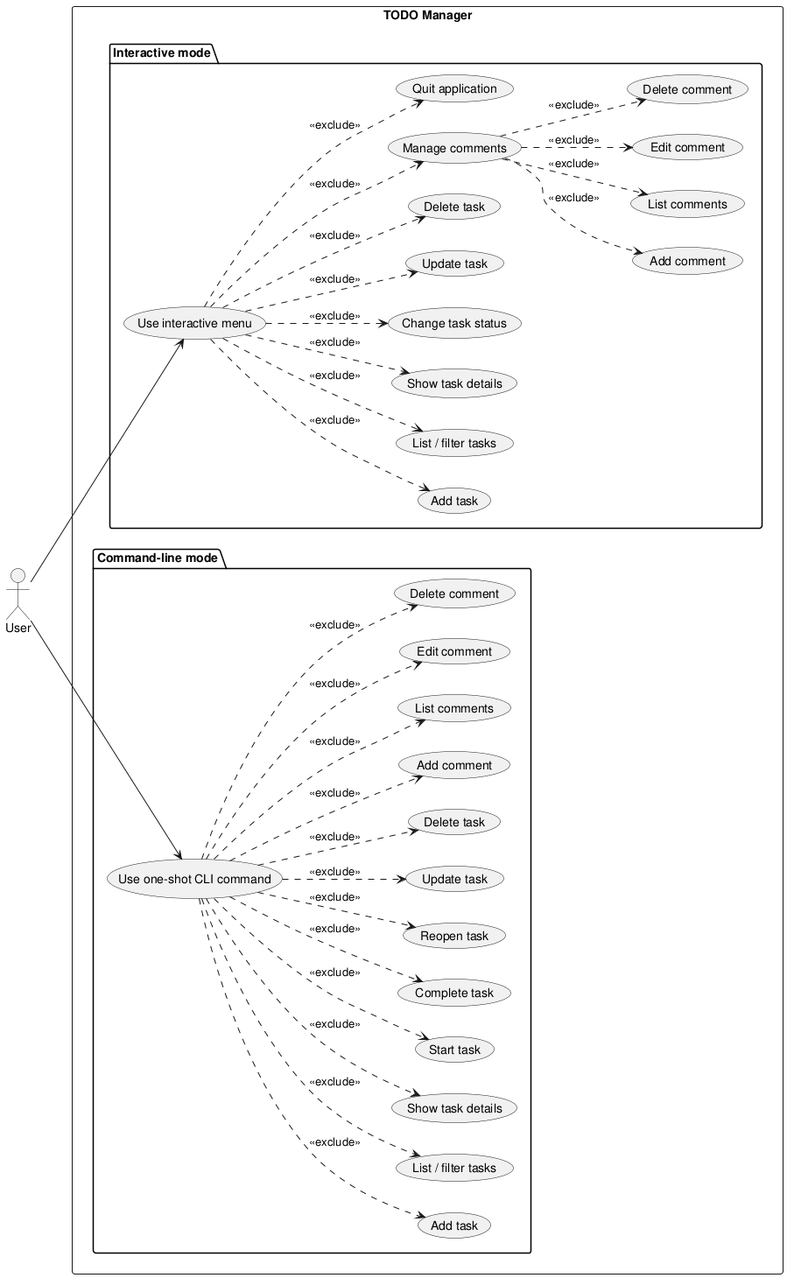
DanielRiha8906/Software_autoevolution_using_agents keeps this PlantUML diagram as experiments/broadcast/user_stories/TODO/artifacts/use_case_diagram.png. Above is the earlier version.
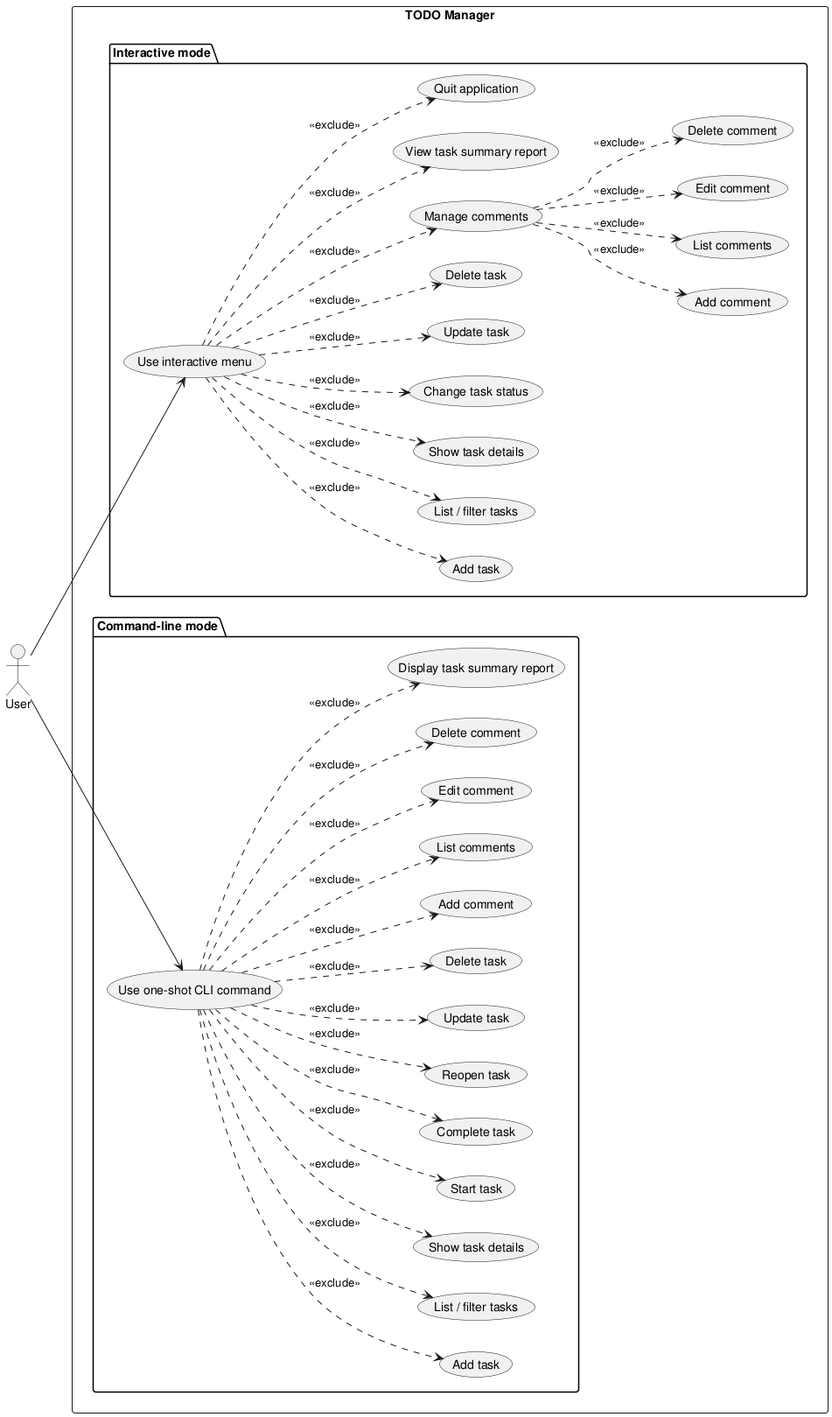
The same diagram one commit later.

Change to the diagram source:
```diff
@@ -19,6 +19,7 @@
     usecase "List comments" as I_COMMENT_LIST
     usecase "Edit comment" as I_COMMENT_EDIT
     usecase "Delete comment" as I_COMMENT_DELETE
+    usecase "View task summary report" as I_REPORT
     usecase "Quit application" as I_QUIT
   }
 
@@ -36,6 +37,7 @@
     usecase "List comments" as C_COMMENT_LIST
     usecase "Edit comment" as C_COMMENT_EDIT
     usecase "Delete comment" as C_COMMENT_DELETE
+    usecase "Display task summary report" as C_REPORT
   }
 }
 
@@ -53,6 +55,7 @@
 I_COMMENTS ..> I_COMMENT_LIST : <<exclude>>
 I_COMMENTS ..> I_COMMENT_EDIT : <<exclude>>
 I_COMMENTS ..> I_COMMENT_DELETE : <<exclude>>
+UI ..> I_REPORT : <<exclude>>
 UI ..> I_QUIT   : <<exclude>>
 
 CLI ..> C_ADD    : <<exclude>>
@@ -67,5 +70,6 @@
 CLI ..> C_COMMENT_LIST : <<exclude>>
 CLI ..> C_COMMENT_EDIT : <<exclude>>
 CLI ..> C_COMMENT_DELETE : <<exclude>>
+CLI ..> C_REPORT : <<exclude>>
 
 @enduml
```
